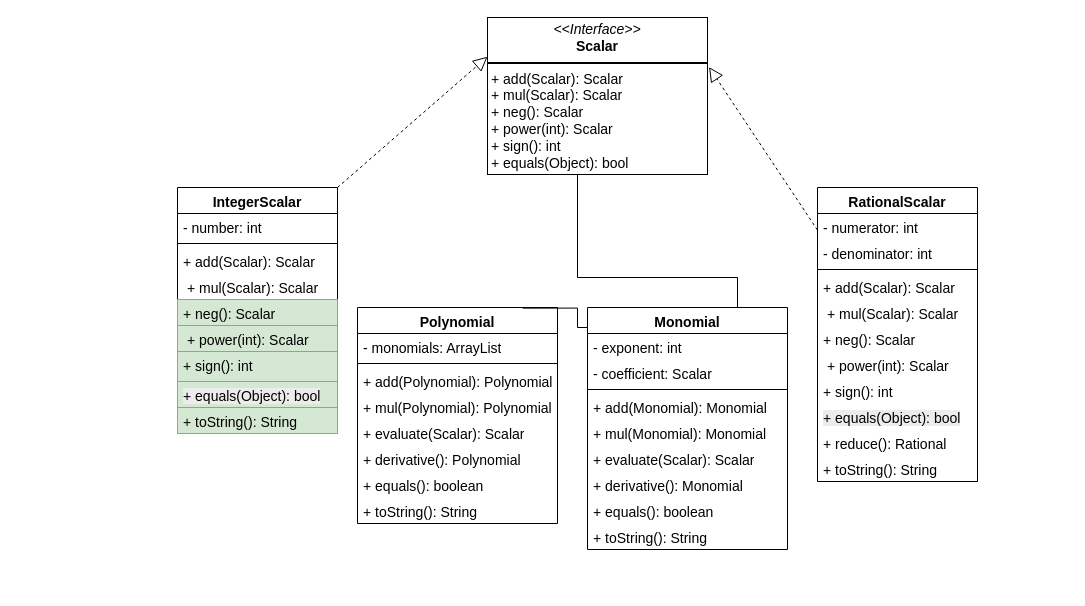
The draw.io diagram Assignment1p.drawio in avihayabramov283/Assignment1, before the edit. Source tidied: cells renumbered, new cells numbered last; positions are measured from the earlier drawing's top-left corner, leaving out a move shared by most shapes. Both pictures are drawn from the tidied source at 100%, with x=0, y=0 at pixel (177, 17).
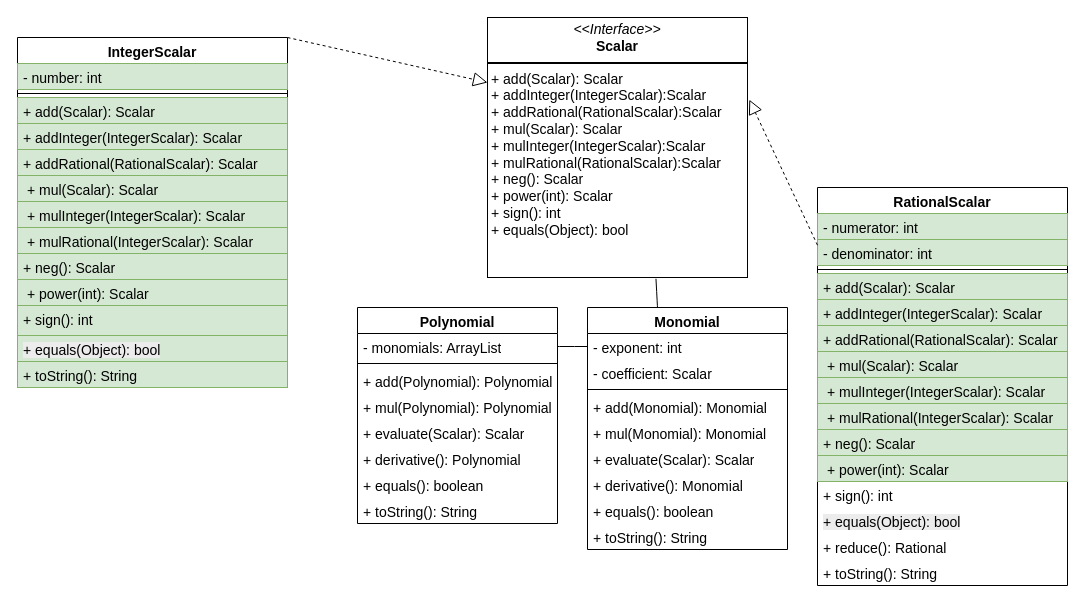
The same diagram, later.

The change refers to these unchanged cells:
```xml
<mxCell id="2" value="Polynomial" style="swimlane;fontStyle=1;align=center;verticalAlign=top;horizontal=1;startSize=26;whiteSpace=wrap;html=1;fontSize=14;" parent="1" vertex="1">
  <mxGeometry x="180" y="290" width="200" height="216" as="geometry" />
</mxCell>
<mxCell id="3" value="- monomials: ArrayList" style="text;strokeColor=none;fillColor=none;align=left;verticalAlign=top;spacingLeft=4;spacingRight=4;overflow=hidden;points=[[0,0.5],[1,0.5]];portConstraint=eastwest;whiteSpace=wrap;html=1;fontSize=14;" parent="2" vertex="1">
  <mxGeometry y="26" width="200" height="26" as="geometry" />
</mxCell>
<mxCell id="11" value="Monomial" style="swimlane;fontStyle=1;align=center;verticalAlign=top;horizontal=1;startSize=26;whiteSpace=wrap;html=1;fontSize=14;" parent="1" vertex="1">
  <mxGeometry x="410" y="290" width="200" height="242" as="geometry" />
</mxCell>
<mxCell id="12" value="- exponent: int" style="text;strokeColor=none;fillColor=none;align=left;verticalAlign=top;spacingLeft=4;spacingRight=4;overflow=hidden;points=[[0,0.5],[1,0.5]];portConstraint=eastwest;whiteSpace=wrap;html=1;fontSize=14;" parent="11" vertex="1">
  <mxGeometry y="26" width="200" height="26" as="geometry" />
</mxCell>
```

Diff of the diagram source:
```diff
@@
     <mxCell id="21" value="IntegerScalar" style="swimlane;fontStyle=1;align=center;verticalAlign=top;horizontal=1;startSize=26;whiteSpace=wrap;html=1;fontSize=14;" parent="1" vertex="1">
-      <mxGeometry y="170" width="160" height="246" as="geometry" />
+      <mxGeometry x="-160" y="20" width="270" height="350" as="geometry" />
     </mxCell>
-    <mxCell id="22" value="- number: int" style="text;strokeColor=none;fillColor=none;align=left;verticalAlign=top;spacingLeft=4;spacingRight=4;overflow=hidden;whiteSpace=wrap;html=1;fontSize=14;" parent="21" vertex="1">
-      <mxGeometry y="26" width="160" height="26" as="geometry" />
+    <mxCell id="22" value="- number: int" style="text;strokeColor=#82b366;fillColor=#d5e8d4;align=left;verticalAlign=top;spacingLeft=4;spacingRight=4;overflow=hidden;whiteSpace=wrap;html=1;fontSize=14;" parent="21" vertex="1">
+      <mxGeometry y="26" width="270" height="26" as="geometry" />
     </mxCell>
     <mxCell id="23" style="line;strokeWidth=1;fillColor=none;align=left;verticalAlign=middle;spacingTop=-1;spacingLeft=3;spacingRight=3;labelPosition=right;strokeColor=inherit;" parent="21" vertex="1">
-      <mxGeometry y="52" width="160" height="8" as="geometry" />
+      <mxGeometry y="52" width="270" height="8" as="geometry" />
     </mxCell>
-    <mxCell id="24" value="&lt;span&gt;+ add(Scalar): Scalar&lt;/span&gt;" style="text;strokeColor=none;fillColor=none;align=left;verticalAlign=top;spacingLeft=4;spacingRight=4;overflow=hidden;whiteSpace=wrap;html=1;fontSize=14;" parent="21" vertex="1">
-      <mxGeometry y="60" width="160" height="26" as="geometry" />
+    <mxCell id="24" value="&lt;span&gt;+ add(Scalar): Scalar&lt;/span&gt;" style="text;strokeColor=#82b366;fillColor=#d5e8d4;align=left;verticalAlign=top;spacingLeft=4;spacingRight=4;overflow=hidden;whiteSpace=wrap;html=1;fontSize=14;" parent="21" vertex="1">
+      <mxGeometry y="60" width="270" height="26" as="geometry" />
     </mxCell>
+    <mxCell id="48" value="&lt;span&gt;+ addInteger(IntegerScalar): Scalar&lt;/span&gt;" style="text;strokeColor=#82b366;fillColor=#d5e8d4;align=left;verticalAlign=top;spacingLeft=4;spacingRight=4;overflow=hidden;whiteSpace=wrap;html=1;fontSize=14;" parent="21" vertex="1">
+      <mxGeometry y="86" width="270" height="26" as="geometry" />
+    </mxCell>
+    <mxCell id="49" value="&lt;span&gt;+ addRational(RationalScalar): Scalar&lt;/span&gt;" style="text;strokeColor=#82b366;fillColor=#d5e8d4;align=left;verticalAlign=top;spacingLeft=4;spacingRight=4;overflow=hidden;whiteSpace=wrap;html=1;fontSize=14;" parent="21" vertex="1">
+      <mxGeometry y="112" width="270" height="26" as="geometry" />
+    </mxCell>
-    <mxCell id="25" value="&lt;p style=&quot;margin: 0px 0px 0px 4px;&quot;&gt;+ mul(Scalar): Scalar&lt;/p&gt;&lt;div&gt;&lt;br&gt;&lt;/div&gt;" style="text;strokeColor=none;fillColor=none;align=left;verticalAlign=top;spacingLeft=4;spacingRight=4;overflow=hidden;whiteSpace=wrap;html=1;fontSize=14;" parent="21" vertex="1">
-      <mxGeometry y="86" width="160" height="26" as="geometry" />
+    <mxCell id="25" value="&lt;p style=&quot;margin: 0px 0px 0px 4px;&quot;&gt;+ mul(Scalar): Scalar&lt;/p&gt;&lt;div&gt;&lt;br&gt;&lt;/div&gt;" style="text;strokeColor=#82b366;fillColor=#d5e8d4;align=left;verticalAlign=top;spacingLeft=4;spacingRight=4;overflow=hidden;whiteSpace=wrap;html=1;fontSize=14;" parent="21" vertex="1">
+      <mxGeometry y="138" width="270" height="26" as="geometry" />
     </mxCell>
+    <mxCell id="50" value="&lt;p style=&quot;margin: 0px 0px 0px 4px;&quot;&gt;+ mulInteger(IntegerScalar): Scalar&lt;/p&gt;" style="text;strokeColor=#82b366;fillColor=#d5e8d4;align=left;verticalAlign=top;spacingLeft=4;spacingRight=4;overflow=hidden;whiteSpace=wrap;html=1;fontSize=14;" parent="21" vertex="1">
+      <mxGeometry y="164" width="270" height="26" as="geometry" />
+    </mxCell>
+    <mxCell id="51" value="&lt;p style=&quot;margin: 0px 0px 0px 4px;&quot;&gt;+ mulRational(IntegerScalar): Scalar&lt;/p&gt;" style="text;strokeColor=#82b366;fillColor=#d5e8d4;align=left;verticalAlign=top;spacingLeft=4;spacingRight=4;overflow=hidden;whiteSpace=wrap;html=1;fontSize=14;" parent="21" vertex="1">
+      <mxGeometry y="190" width="270" height="26" as="geometry" />
+    </mxCell>
     <mxCell id="26" value="&lt;span&gt;+ neg(): Scalar&lt;/span&gt;" style="text;strokeColor=#82b366;fillColor=#d5e8d4;align=left;verticalAlign=top;spacingLeft=4;spacingRight=4;overflow=hidden;whiteSpace=wrap;html=1;fontSize=14;" parent="21" vertex="1">
-      <mxGeometry y="112" width="160" height="26" as="geometry" />
+      <mxGeometry y="216" width="270" height="26" as="geometry" />
     </mxCell>
     <mxCell id="27" value="&lt;p style=&quot;margin: 0px 0px 0px 4px;&quot;&gt;+ power(int): Scalar&lt;/p&gt;&lt;div&gt;&lt;br&gt;&lt;/div&gt;" style="text;strokeColor=#82b366;fillColor=#d5e8d4;align=left;verticalAlign=top;spacingLeft=4;spacingRight=4;overflow=hidden;whiteSpace=wrap;html=1;fontSize=14;" parent="21" vertex="1">
-      <mxGeometry y="138" width="160" height="26" as="geometry" />
+      <mxGeometry y="242" width="270" height="26" as="geometry" />
     </mxCell>
     <mxCell id="28" value="&lt;span&gt;+ sign(): int&lt;/span&gt;" style="text;strokeColor=#82b366;fillColor=#d5e8d4;align=left;verticalAlign=top;spacingLeft=4;spacingRight=4;overflow=hidden;whiteSpace=wrap;html=1;fontSize=14;" parent="21" vertex="1">
-      <mxGeometry y="164" width="160" height="30" as="geometry" />
+      <mxGeometry y="268" width="270" height="30" as="geometry" />
     </mxCell>
     <mxCell id="29" value="&lt;span style=&quot;color: rgb(0, 0, 0); font-family: Helvetica; font-style: normal; font-variant-ligatures: normal; font-variant-caps: normal; font-weight: 400; letter-spacing: normal; orphans: 2; text-align: left; text-indent: 0px; text-transform: none; widows: 2; word-spacing: 0px; -webkit-text-stroke-width: 0px; white-space: normal; background-color: rgb(236, 236, 236); text-decoration-thickness: initial; text-decoration-style: initial; text-decoration-color: initial; float: none; display: inline !important;&quot;&gt;+ equals(Object): bool&lt;/span&gt;" style="text;strokeColor=#82b366;fillColor=#d5e8d4;align=left;verticalAlign=top;spacingLeft=4;spacingRight=4;overflow=hidden;whiteSpace=wrap;html=1;fontSize=14;" parent="21" vertex="1">
-      <mxGeometry y="194" width="160" height="26" as="geometry" />
+      <mxGeometry y="298" width="270" height="26" as="geometry" />
     </mxCell>
     <mxCell id="30" value="+ toString(): String" style="text;strokeColor=#82b366;fillColor=#d5e8d4;align=left;verticalAlign=top;spacingLeft=4;spacingRight=4;overflow=hidden;whiteSpace=wrap;html=1;fontSize=14;" parent="21" vertex="1">
-      <mxGeometry y="220" width="160" height="26" as="geometry" />
+      <mxGeometry y="324" width="270" height="26" as="geometry" />
     </mxCell>
-    <mxCell id="31" value="&lt;p style=&quot;margin:0px;margin-top:4px;text-align:center;&quot;&gt;&lt;i&gt;&amp;lt;&amp;lt;Interface&amp;gt;&amp;gt;&lt;/i&gt;&lt;br&gt;&lt;b&gt;Scalar&lt;/b&gt;&lt;/p&gt;&lt;hr style=&quot;border-style:solid;&quot;&gt;&lt;p style=&quot;margin:0px;margin-left:4px;&quot;&gt;&lt;/p&gt;&lt;p style=&quot;margin:0px;margin-left:4px;&quot;&gt;+ add(Scalar): Scalar&lt;br&gt;+ mul(Scalar): Scalar&lt;/p&gt;&lt;p style=&quot;margin:0px;margin-left:4px;&quot;&gt;+ neg(): Scalar&lt;br&gt;+ power(int): Scalar&lt;/p&gt;&lt;p style=&quot;margin:0px;margin-left:4px;&quot;&gt;+ sign(): int&lt;br&gt;+ equals(Object): bool&lt;/p&gt;" style="verticalAlign=top;align=left;overflow=fill;html=1;whiteSpace=wrap;fontSize=14;" parent="1" vertex="1">
-      <mxGeometry x="310" width="220" height="157" as="geometry" />
+    <mxCell id="31" value="&lt;p style=&quot;margin:0px;margin-top:4px;text-align:center;&quot;&gt;&lt;i&gt;&amp;lt;&amp;lt;Interface&amp;gt;&amp;gt;&lt;/i&gt;&lt;br&gt;&lt;b&gt;Scalar&lt;/b&gt;&lt;/p&gt;&lt;hr style=&quot;border-style:solid;&quot;&gt;&lt;p style=&quot;margin:0px;margin-left:4px;&quot;&gt;&lt;/p&gt;&lt;p style=&quot;margin:0px;margin-left:4px;&quot;&gt;+ add(Scalar): Scalar&lt;/p&gt;&lt;p style=&quot;margin:0px;margin-left:4px;&quot;&gt;+ addInteger(IntegerScalar):Scalar&lt;/p&gt;&lt;p style=&quot;margin:0px;margin-left:4px;&quot;&gt;+ addRational(RationalScalar):Scalar&lt;br&gt;+ mul(Scalar): Scalar&lt;/p&gt;&lt;p style=&quot;margin: 0px 0px 0px 4px;&quot;&gt;+ mulInteger(IntegerScalar):Scalar&lt;/p&gt;&lt;p style=&quot;margin: 0px 0px 0px 4px;&quot;&gt;+&lt;span style=&quot;background-color: transparent; color: light-dark(rgb(0, 0, 0), rgb(255, 255, 255));&quot;&gt;&amp;nbsp;mulRational(RationalScalar):Scalar&lt;/span&gt;&lt;/p&gt;&lt;p style=&quot;margin:0px;margin-left:4px;&quot;&gt;+ neg(): Scalar&lt;br&gt;+ power(int): Scalar&lt;/p&gt;&lt;p style=&quot;margin:0px;margin-left:4px;&quot;&gt;+ sign(): int&lt;br&gt;+ equals(Object): bool&lt;/p&gt;" style="verticalAlign=top;align=left;overflow=fill;html=1;whiteSpace=wrap;fontSize=14;" parent="1" vertex="1">
+      <mxGeometry x="310" width="260" height="260" as="geometry" />
     </mxCell>
     <mxCell id="32" value="RationalScalar" style="swimlane;fontStyle=1;align=center;verticalAlign=top;horizontal=1;startSize=26;whiteSpace=wrap;html=1;fontSize=14;" parent="1" vertex="1">
-      <mxGeometry x="640" y="170" width="160" height="294" as="geometry" />
+      <mxGeometry x="640" y="170" width="250" height="398" as="geometry" />
     </mxCell>
-    <mxCell id="33" value="- numerator: int" style="text;strokeColor=none;fillColor=none;align=left;verticalAlign=top;spacingLeft=4;spacingRight=4;overflow=hidden;whiteSpace=wrap;html=1;fontSize=14;" parent="32" vertex="1">
-      <mxGeometry y="26" width="160" height="26" as="geometry" />
+    <mxCell id="33" value="- numerator: int" style="text;strokeColor=#82b366;fillColor=#d5e8d4;align=left;verticalAlign=top;spacingLeft=4;spacingRight=4;overflow=hidden;whiteSpace=wrap;html=1;fontSize=14;" parent="32" vertex="1">
+      <mxGeometry y="26" width="250" height="26" as="geometry" />
     </mxCell>
-    <mxCell id="34" value="- denominator: int" style="text;strokeColor=none;fillColor=none;align=left;verticalAlign=top;spacingLeft=4;spacingRight=4;overflow=hidden;whiteSpace=wrap;html=1;fontSize=14;" parent="32" vertex="1">
-      <mxGeometry y="52" width="160" height="26" as="geometry" />
+    <mxCell id="34" value="- denominator: int" style="text;strokeColor=#82b366;fillColor=#d5e8d4;align=left;verticalAlign=top;spacingLeft=4;spacingRight=4;overflow=hidden;whiteSpace=wrap;html=1;fontSize=14;" parent="32" vertex="1">
+      <mxGeometry y="52" width="250" height="26" as="geometry" />
     </mxCell>
     <mxCell id="35" style="line;strokeWidth=1;fillColor=none;align=left;verticalAlign=middle;spacingTop=-1;spacingLeft=3;spacingRight=3;labelPosition=right;strokeColor=inherit;" parent="32" vertex="1">
-      <mxGeometry y="78" width="160" height="8" as="geometry" />
+      <mxGeometry y="78" width="250" height="8" as="geometry" />
     </mxCell>
-    <mxCell id="36" value="&lt;span&gt;+ add(Scalar): Scalar&lt;/span&gt;" style="text;strokeColor=none;fillColor=none;align=left;verticalAlign=top;spacingLeft=4;spacingRight=4;overflow=hidden;whiteSpace=wrap;html=1;fontSize=14;" parent="32" vertex="1">
-      <mxGeometry y="86" width="160" height="26" as="geometry" />
+    <mxCell id="36" value="&lt;span&gt;+ add(Scalar): Scalar&lt;/span&gt;" style="text;strokeColor=#82b366;fillColor=#d5e8d4;align=left;verticalAlign=top;spacingLeft=4;spacingRight=4;overflow=hidden;whiteSpace=wrap;html=1;fontSize=14;" parent="32" vertex="1">
+      <mxGeometry y="86" width="250" height="26" as="geometry" />
     </mxCell>
+    <mxCell id="52" value="+ addInteger(IntegerScalar): Scalar" style="text;strokeColor=#82b366;fillColor=#d5e8d4;align=left;verticalAlign=top;spacingLeft=4;spacingRight=4;overflow=hidden;whiteSpace=wrap;html=1;fontSize=14;" parent="32" vertex="1">
+      <mxGeometry y="112" width="250" height="26" as="geometry" />
+    </mxCell>
+    <mxCell id="53" value="+ addRational(RationalScalar): Scalar" style="text;strokeColor=#82b366;fillColor=#d5e8d4;align=left;verticalAlign=top;spacingLeft=4;spacingRight=4;overflow=hidden;whiteSpace=wrap;html=1;fontSize=14;" parent="32" vertex="1">
+      <mxGeometry y="138" width="250" height="26" as="geometry" />
+    </mxCell>
-    <mxCell id="37" value="&lt;p style=&quot;margin: 0px 0px 0px 4px;&quot;&gt;+ mul(Scalar): Scalar&lt;/p&gt;&lt;div&gt;&lt;br&gt;&lt;/div&gt;" style="text;strokeColor=none;fillColor=none;align=left;verticalAlign=top;spacingLeft=4;spacingRight=4;overflow=hidden;whiteSpace=wrap;html=1;fontSize=14;" parent="32" vertex="1">
-      <mxGeometry y="112" width="160" height="26" as="geometry" />
+    <mxCell id="37" value="&lt;p style=&quot;margin: 0px 0px 0px 4px;&quot;&gt;+ mul(Scalar): Scalar&lt;/p&gt;&lt;div&gt;&lt;br&gt;&lt;/div&gt;" style="text;strokeColor=#82b366;fillColor=#d5e8d4;align=left;verticalAlign=top;spacingLeft=4;spacingRight=4;overflow=hidden;whiteSpace=wrap;html=1;fontSize=14;" parent="32" vertex="1">
+      <mxGeometry y="164" width="250" height="26" as="geometry" />
     </mxCell>
+    <mxCell id="54" value="&lt;p style=&quot;margin: 0px 0px 0px 4px;&quot;&gt;+ mulInteger(IntegerScalar): Scalar&lt;/p&gt;" style="text;strokeColor=#82b366;fillColor=#d5e8d4;align=left;verticalAlign=top;spacingLeft=4;spacingRight=4;overflow=hidden;whiteSpace=wrap;html=1;fontSize=14;" parent="32" vertex="1">
+      <mxGeometry y="190" width="250" height="26" as="geometry" />
+    </mxCell>
+    <mxCell id="55" value="&lt;p style=&quot;margin: 0px 0px 0px 4px;&quot;&gt;+ mulRational(IntegerScalar): Scalar&lt;/p&gt;" style="text;strokeColor=#82b366;fillColor=#d5e8d4;align=left;verticalAlign=top;spacingLeft=4;spacingRight=4;overflow=hidden;whiteSpace=wrap;html=1;fontSize=14;" parent="32" vertex="1">
+      <mxGeometry y="216" width="250" height="26" as="geometry" />
+    </mxCell>
-    <mxCell id="38" value="&lt;span&gt;+ neg(): Scalar&lt;/span&gt;" style="text;strokeColor=none;fillColor=none;align=left;verticalAlign=top;spacingLeft=4;spacingRight=4;overflow=hidden;whiteSpace=wrap;html=1;fontSize=14;" parent="32" vertex="1">
-      <mxGeometry y="138" width="160" height="26" as="geometry" />
+    <mxCell id="38" value="&lt;span&gt;+ neg(): Scalar&lt;/span&gt;" style="text;strokeColor=#82b366;fillColor=#d5e8d4;align=left;verticalAlign=top;spacingLeft=4;spacingRight=4;overflow=hidden;whiteSpace=wrap;html=1;fontSize=14;" parent="32" vertex="1">
+      <mxGeometry y="242" width="250" height="26" as="geometry" />
     </mxCell>
-    <mxCell id="39" value="&lt;p style=&quot;margin: 0px 0px 0px 4px;&quot;&gt;+ power(int): Scalar&lt;/p&gt;&lt;div&gt;&lt;br&gt;&lt;/div&gt;" style="text;strokeColor=none;fillColor=none;align=left;verticalAlign=top;spacingLeft=4;spacingRight=4;overflow=hidden;whiteSpace=wrap;html=1;fontSize=14;" parent="32" vertex="1">
-      <mxGeometry y="164" width="160" height="26" as="geometry" />
+    <mxCell id="39" value="&lt;p style=&quot;margin: 0px 0px 0px 4px;&quot;&gt;+ power(int): Scalar&lt;/p&gt;&lt;div&gt;&lt;br&gt;&lt;/div&gt;" style="text;strokeColor=#82b366;fillColor=#d5e8d4;align=left;verticalAlign=top;spacingLeft=4;spacingRight=4;overflow=hidden;whiteSpace=wrap;html=1;fontSize=14;" parent="32" vertex="1">
+      <mxGeometry y="268" width="250" height="26" as="geometry" />
     </mxCell>
     <mxCell id="40" value="&lt;span&gt;+ sign(): int&lt;/span&gt;" style="text;strokeColor=none;fillColor=none;align=left;verticalAlign=top;spacingLeft=4;spacingRight=4;overflow=hidden;whiteSpace=wrap;html=1;fontSize=14;" parent="32" vertex="1">
-      <mxGeometry y="190" width="160" height="26" as="geometry" />
+      <mxGeometry y="294" width="250" height="26" as="geometry" />
     </mxCell>
     <mxCell id="41" value="&lt;span style=&quot;color: rgb(0, 0, 0); font-family: Helvetica; font-style: normal; font-variant-ligatures: normal; font-variant-caps: normal; font-weight: 400; letter-spacing: normal; orphans: 2; text-align: left; text-indent: 0px; text-transform: none; widows: 2; word-spacing: 0px; -webkit-text-stroke-width: 0px; white-space: normal; background-color: rgb(236, 236, 236); text-decoration-thickness: initial; text-decoration-style: initial; text-decoration-color: initial; float: none; display: inline !important;&quot;&gt;+ equals(Object): bool&lt;/span&gt;" style="text;strokeColor=none;fillColor=none;align=left;verticalAlign=top;spacingLeft=4;spacingRight=4;overflow=hidden;whiteSpace=wrap;html=1;fontSize=14;" parent="32" vertex="1">
-      <mxGeometry y="216" width="160" height="26" as="geometry" />
+      <mxGeometry y="320" width="250" height="26" as="geometry" />
     </mxCell>
     <mxCell id="42" value="+ reduce(): Rational" style="text;strokeColor=none;fillColor=none;align=left;verticalAlign=top;spacingLeft=4;spacingRight=4;overflow=hidden;whiteSpace=wrap;html=1;fontSize=14;" parent="32" vertex="1">
-      <mxGeometry y="242" width="160" height="26" as="geometry" />
+      <mxGeometry y="346" width="250" height="26" as="geometry" />
     </mxCell>
     <mxCell id="43" value="+ toString(): String" style="text;strokeColor=none;fillColor=none;align=left;verticalAlign=top;spacingLeft=4;spacingRight=4;overflow=hidden;whiteSpace=wrap;html=1;fontSize=14;" parent="32" vertex="1">
-      <mxGeometry y="268" width="160" height="26" as="geometry" />
+      <mxGeometry y="372" width="250" height="26" as="geometry" />
     </mxCell>
@@
-    <mxCell id="46" style="endArrow=none;html=1;edgeStyle=orthogonalEdgeStyle;rounded=0;exitX=0.75;exitY=1;exitDx=0;exitDy=0;entryX=0.75;entryY=0;entryDx=0;entryDy=0;" parent="1" edge="1" source="31" target="11">
-      <mxGeometry relative="1" as="geometry">
-        <Array as="points">
-          <mxPoint x="400" y="157" />
-          <mxPoint x="400" y="260" />
-          <mxPoint x="560" y="260" />
-        </Array>
-      </mxGeometry>
-    </mxCell>
-    <mxCell id="47" style="endArrow=none;html=1;edgeStyle=orthogonalEdgeStyle;rounded=0;exitX=0.826;exitY=0.003;exitDx=0;exitDy=0;exitPerimeter=0;" parent="1" edge="1" source="2">
-      <mxGeometry relative="1" as="geometry">
-        <mxPoint x="410" y="310" as="targetPoint" />
-        <Array as="points">
-          <mxPoint x="400" y="291" />
-          <mxPoint x="400" y="310" />
-        </Array>
-      </mxGeometry>
-    </mxCell>
+    <mxCell id="56" style="endArrow=none;html=1;rounded=0;fontSize=12;startSize=8;endSize=8;curved=1;entryX=0.648;entryY=1.005;entryDx=0;entryDy=0;entryPerimeter=0;" parent="1" edge="1" target="31">
+      <mxGeometry relative="1" as="geometry">
+        <mxPoint x="480" y="290" as="sourcePoint" />
+      </mxGeometry>
+    </mxCell>
+    <mxCell id="57" style="endArrow=none;html=1;rounded=0;fontSize=12;startSize=8;endSize=8;curved=1;entryX=0;entryY=0.5;entryDx=0;entryDy=0;exitX=1;exitY=0.5;exitDx=0;exitDy=0;" parent="1" edge="1" source="3" target="12">
+      <mxGeometry relative="1" as="geometry" />
+    </mxCell>
```
